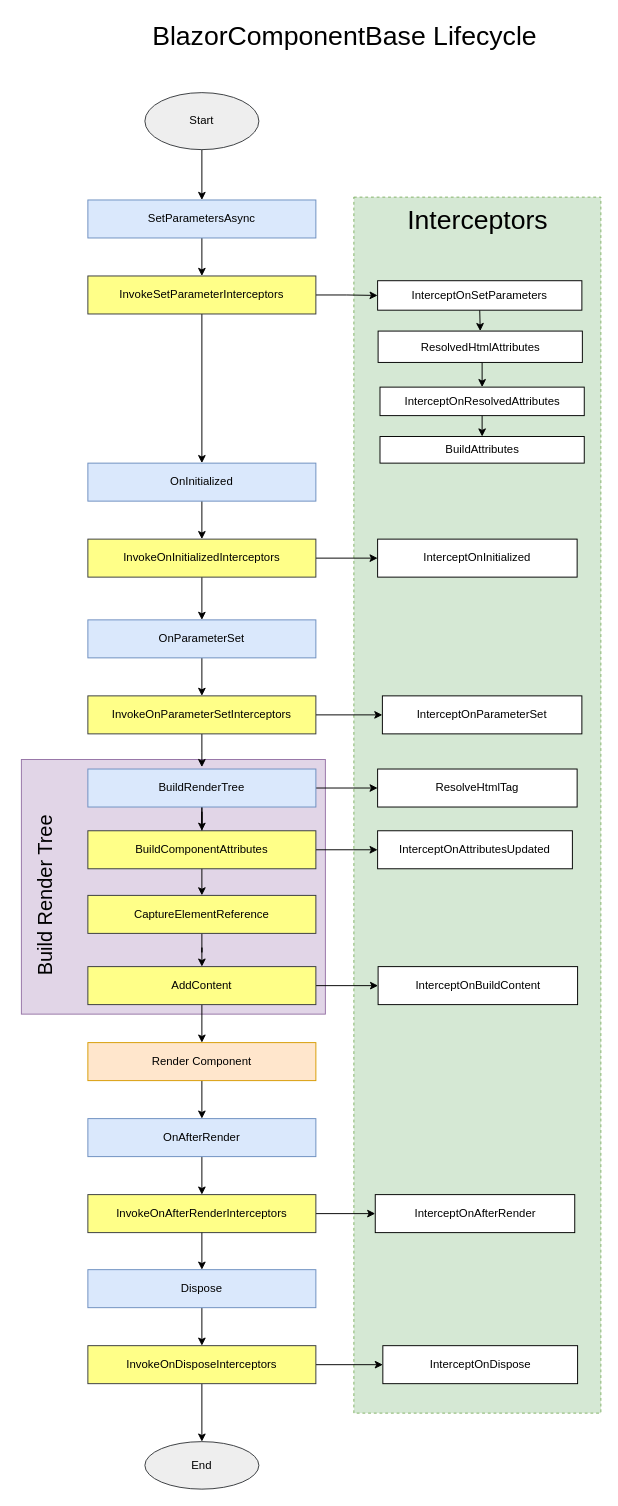
The draw.io diagram asset/BlazorComponentBase Lifecycle.drawio in teacher-zhou/ComponentBuilder, before the edit. Source tidied: cells renumbered, new cells numbered last; positions are measured from the earlier drawing's top-left corner, leaving out a move shared by most shapes. Both pictures are drawn from the tidied source at 95%, with x=0, y=0 at pixel (-50, 16).
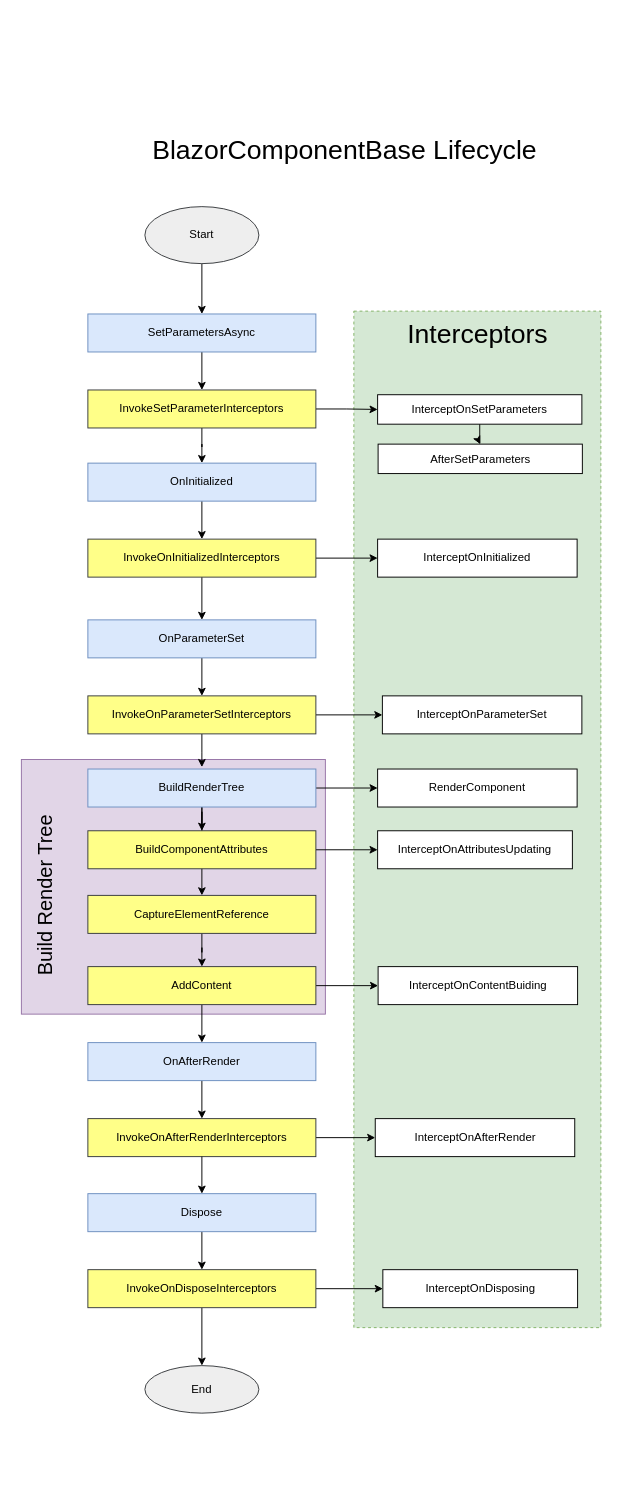
After the change.

Unchanged cells that the change refers to:
```xml
<mxCell id="60" value="AddContent" style="whiteSpace=wrap;html=1;fillColor=#ffff88;strokeColor=#36393d;" parent="1" vertex="1">
  <mxGeometry x="145" y="1000" width="240" height="40" as="geometry" />
</mxCell>
```

Diff of the diagram source:
```diff
@@
     <mxCell id="3" style="rounded=0;whiteSpace=wrap;html=1;fontSize=28;dashed=1;fillColor=#d5e8d4;strokeColor=#82b366;" parent="1" vertex="1">
-      <mxGeometry x="425" y="190" width="260" height="1280" as="geometry" />
+      <mxGeometry x="425" y="310" width="260" height="1070" as="geometry" />
     </mxCell>
@@
     <mxCell id="5" value="Start" style="ellipse;whiteSpace=wrap;html=1;fillColor=#eeeeee;strokeColor=#36393d;" parent="1" vertex="1">
-      <mxGeometry x="205" y="80" width="120" height="60" as="geometry" />
+      <mxGeometry x="205" y="200" width="120" height="60" as="geometry" />
     </mxCell>
@@
     <mxCell id="7" value="SetParametersAsync" style="whiteSpace=wrap;html=1;fillColor=#dae8fc;strokeColor=#6c8ebf;" parent="1" vertex="1">
-      <mxGeometry x="145" y="193" width="240" height="40" as="geometry" />
+      <mxGeometry x="145" y="313" width="240" height="40" as="geometry" />
     </mxCell>
@@
     <mxCell id="10" value="InvokeSetParameterInterceptors" style="whiteSpace=wrap;html=1;fillColor=#ffff88;strokeColor=#36393d;" parent="1" vertex="1">
-      <mxGeometry x="145" y="273" width="240" height="40" as="geometry" />
+      <mxGeometry x="145" y="393" width="240" height="40" as="geometry" />
     </mxCell>
-    <mxCell id="11" style="edgeStyle=orthogonalEdgeStyle;rounded=0;jettySize=auto;html=1;exitX=0.5;exitY=1;exitDx=0;exitDy=0;entryX=0.5;entryY=0;entryDx=0;entryDy=0;" parent="1" edge="1" source="12" target="55">
-      <mxGeometry relative="1" as="geometry" />
-    </mxCell>
+    <mxCell id="62" style="edgeStyle=orthogonalEdgeStyle;rounded=0;jettySize=auto;html=1;" parent="1" edge="1" source="12" target="63">
+      <mxGeometry relative="1" as="geometry" />
+    </mxCell>
     <mxCell id="12" value="InterceptOnSetParameters" style="whiteSpace=wrap;html=1;" parent="1" vertex="1">
-      <mxGeometry x="450" y="278" width="215" height="31" as="geometry" />
+      <mxGeometry x="450" y="398" width="215" height="31" as="geometry" />
     </mxCell>
@@
-    <mxCell id="32" value="InterceptOnBuildContent" style="whiteSpace=wrap;html=1;" parent="1" vertex="1">
+    <mxCell id="32" value="InterceptOnContentBuiding" style="whiteSpace=wrap;html=1;" parent="1" vertex="1">
       <mxGeometry x="450.5" y="1000" width="210" height="40" as="geometry" />
     </mxCell>
-    <mxCell id="33" value="ResolveHtmlTag" style="whiteSpace=wrap;html=1;" parent="1" vertex="1">
+    <mxCell id="33" value="RenderComponent" style="whiteSpace=wrap;html=1;" parent="1" vertex="1">
       <mxGeometry x="450" y="792" width="210" height="40" as="geometry" />
     </mxCell>
@@
     <mxCell id="35" value="OnAfterRender" style="whiteSpace=wrap;html=1;fillColor=#dae8fc;strokeColor=#6c8ebf;" parent="1" vertex="1">
-      <mxGeometry x="145" y="1160" width="240" height="40" as="geometry" />
+      <mxGeometry x="145" y="1080" width="240" height="40" as="geometry" />
     </mxCell>
@@
     <mxCell id="37" value="InvokeOnAfterRenderInterceptors" style="whiteSpace=wrap;html=1;fillColor=#ffff88;strokeColor=#36393d;" parent="1" vertex="1">
-      <mxGeometry x="145" y="1240" width="240" height="40" as="geometry" />
+      <mxGeometry x="145" y="1160" width="240" height="40" as="geometry" />
     </mxCell>
     <mxCell id="38" value="InterceptOnAfterRender" style="whiteSpace=wrap;html=1;" parent="1" vertex="1">
-      <mxGeometry x="447.5" y="1240" width="210" height="40" as="geometry" />
+      <mxGeometry x="447.5" y="1160" width="210" height="40" as="geometry" />
     </mxCell>
     <mxCell id="39" value="BlazorComponentBase Lifecycle" style="text;html=1;align=center;verticalAlign=middle;fillColor=none;strokeColor=none;rounded=0;fontSize=28;" parent="1" vertex="1">
-      <mxGeometry x="205" width="420" height="40" as="geometry" />
+      <mxGeometry x="205" y="120" width="420" height="40" as="geometry" />
     </mxCell>
     <mxCell id="40" value="Interceptors" style="text;html=1;align=center;verticalAlign=middle;fillColor=none;strokeColor=none;rounded=0;dashed=1;fontSize=28;" parent="1" vertex="1">
-      <mxGeometry x="475" y="194" width="160" height="40" as="geometry" />
+      <mxGeometry x="475" y="314" width="160" height="40" as="geometry" />
     </mxCell>
     <mxCell id="41" value="End" style="ellipse;whiteSpace=wrap;html=1;fillColor=#eeeeee;strokeColor=#36393d;" parent="1" vertex="1">
-      <mxGeometry x="205" y="1500" width="120" height="50" as="geometry" />
+      <mxGeometry x="205" y="1420" width="120" height="50" as="geometry" />
     </mxCell>
@@
-    <mxCell id="43" style="edgeStyle=orthogonalEdgeStyle;rounded=0;jettySize=auto;html=1;fontSize=28;" parent="1" edge="1" source="44" target="35">
-      <mxGeometry relative="1" as="geometry" />
-    </mxCell>
-    <mxCell id="44" value="Render Component" style="whiteSpace=wrap;html=1;fillColor=#ffe6cc;strokeColor=#d79b00;" parent="1" vertex="1">
-      <mxGeometry x="145" y="1080" width="240" height="40" as="geometry" />
-    </mxCell>
@@
     <mxCell id="47" value="Dispose" style="whiteSpace=wrap;html=1;fillColor=#dae8fc;strokeColor=#6c8ebf;" parent="1" vertex="1">
-      <mxGeometry x="145" y="1319" width="240" height="40" as="geometry" />
+      <mxGeometry x="145" y="1239" width="240" height="40" as="geometry" />
     </mxCell>
-    <mxCell id="48" value="InterceptOnDispose" style="whiteSpace=wrap;html=1;" parent="1" vertex="1">
-      <mxGeometry x="455.5" y="1399" width="205" height="40" as="geometry" />
+    <mxCell id="48" value="InterceptOnDisposing" style="whiteSpace=wrap;html=1;" parent="1" vertex="1">
+      <mxGeometry x="455.5" y="1319" width="205" height="40" as="geometry" />
     </mxCell>
@@
     <mxCell id="50" value="InvokeOnDisposeInterceptors" style="whiteSpace=wrap;html=1;fillColor=#ffff88;strokeColor=#36393d;" parent="1" vertex="1">
-      <mxGeometry x="145" y="1399" width="240" height="40" as="geometry" />
+      <mxGeometry x="145" y="1319" width="240" height="40" as="geometry" />
     </mxCell>
@@
-    <mxCell id="53" value="InterceptOnAttributesUpdated" style="whiteSpace=wrap;html=1;" parent="1" vertex="1">
+    <mxCell id="53" value="InterceptOnAttributesUpdating" style="whiteSpace=wrap;html=1;" parent="1" vertex="1">
       <mxGeometry x="450" y="857" width="205" height="40" as="geometry" />
     </mxCell>
-    <mxCell id="54" style="edgeStyle=orthogonalEdgeStyle;rounded=0;jettySize=auto;html=1;exitX=0.5;exitY=1;exitDx=0;exitDy=0;entryX=0.5;entryY=0;entryDx=0;entryDy=0;" parent="1" edge="1" source="55" target="57">
-      <mxGeometry relative="1" as="geometry" />
-    </mxCell>
-    <mxCell id="55" value="ResolvedHtmlAttributes" style="whiteSpace=wrap;html=1;" parent="1" vertex="1">
-      <mxGeometry x="450.5" y="331" width="215" height="33" as="geometry" />
-    </mxCell>
-    <mxCell id="56" style="edgeStyle=orthogonalEdgeStyle;rounded=0;jettySize=auto;html=1;exitX=0.5;exitY=1;exitDx=0;exitDy=0;entryX=0.5;entryY=0;entryDx=0;entryDy=0;" parent="1" edge="1" source="57" target="58">
-      <mxGeometry relative="1" as="geometry" />
-    </mxCell>
-    <mxCell id="57" value="InterceptOnResolvedAttributes" style="whiteSpace=wrap;html=1;" parent="1" vertex="1">
-      <mxGeometry x="452.5" y="390" width="215" height="30" as="geometry" />
-    </mxCell>
-    <mxCell id="58" value="BuildAttributes" style="whiteSpace=wrap;html=1;" parent="1" vertex="1">
-      <mxGeometry x="452.5" y="442" width="215" height="28" as="geometry" />
-    </mxCell>
-    <mxCell id="59" style="edgeStyle=orthogonalEdgeStyle;rounded=0;jettySize=auto;html=1;" parent="1" edge="1" source="60" target="44">
+    <mxCell id="59" style="edgeStyle=orthogonalEdgeStyle;rounded=0;jettySize=auto;html=1;" parent="1" edge="1" source="60" target="35">
       <mxGeometry relative="1" as="geometry" />
     </mxCell>
@@
+    <mxCell id="63" value="AfterSetParameters" style="whiteSpace=wrap;html=1;" parent="1" vertex="1">
+      <mxGeometry x="450.5" y="450" width="215" height="31" as="geometry" />
+    </mxCell>
```
